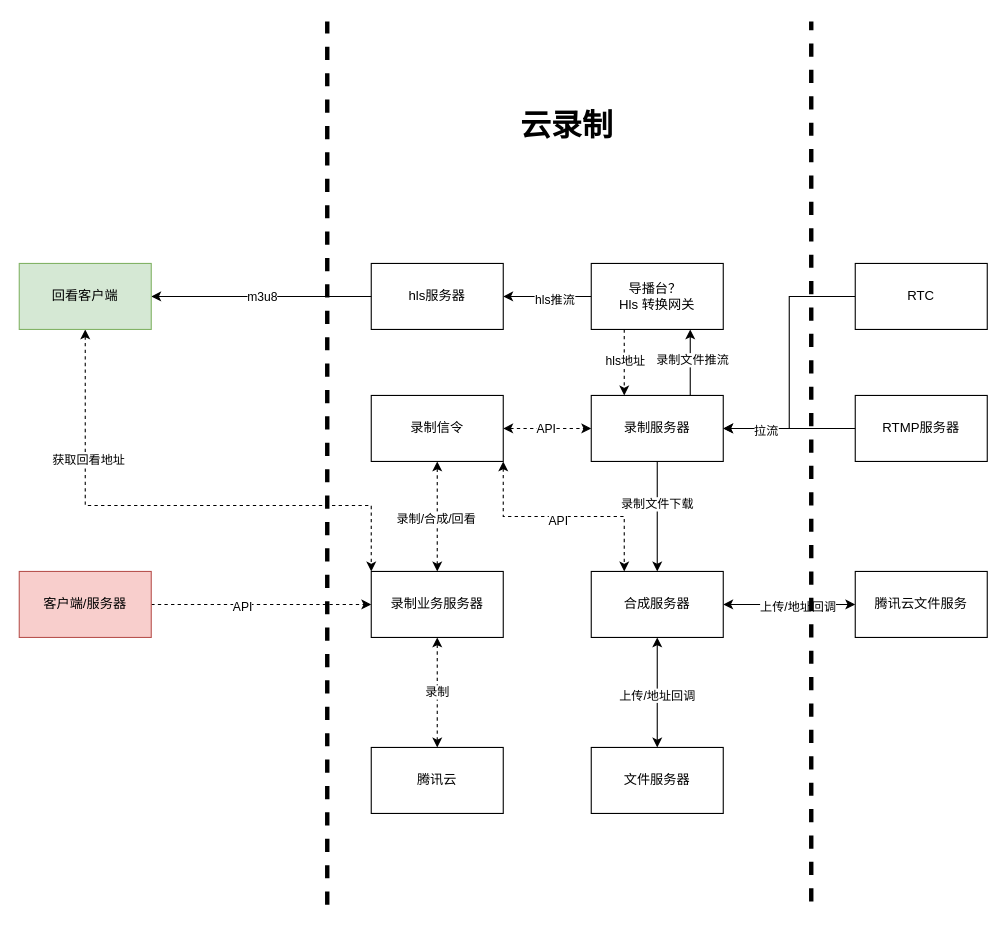
craterone/imgs keeps this draw.io diagram as page "record" (17 of 17) of Untitled Diagram2.drawio. Above is the earlier version. Source tidied: cells renumbered, new cells numbered last; positions are measured from the earlier drawing's top-left corner, leaving out a move shared by most shapes. Both pictures are drawn from the tidied source at 110%, with x=0, y=0 at pixel (19, 21).
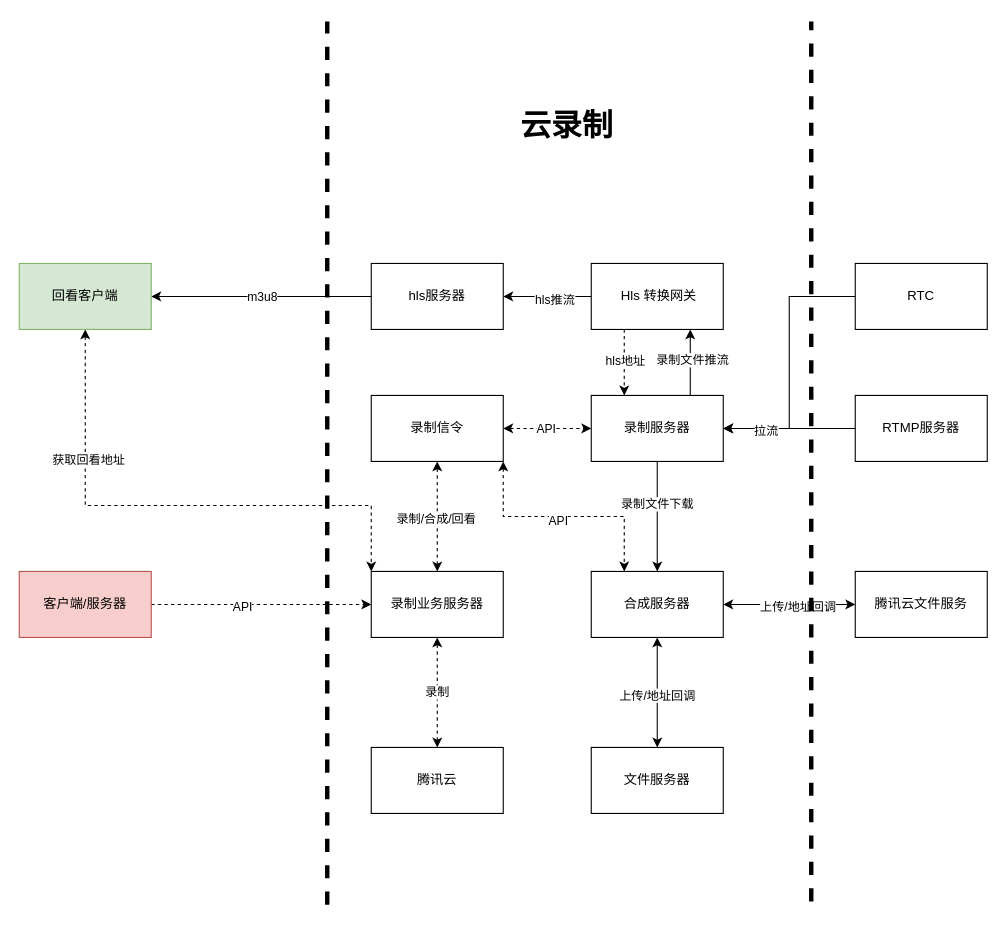
The same diagram, later.

Change to the diagram source:
```diff
@@
-    <mxCell id="30" value="导播台？&amp;nbsp;&lt;br&gt;Hls 转换网关" style="rounded=0;whiteSpace=wrap;html=1;" parent="1" vertex="1">
+    <mxCell id="30" value="&amp;nbsp;Hls 转换网关" style="rounded=0;whiteSpace=wrap;html=1;" parent="1" vertex="1">
       <mxGeometry x="520" y="220" width="120" height="60" as="geometry" />
     </mxCell>
```
